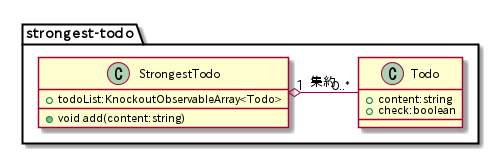
Above: doc/rough/classes.png in Remote-Pairpro/strongest-todo (PlantUML), before the change.
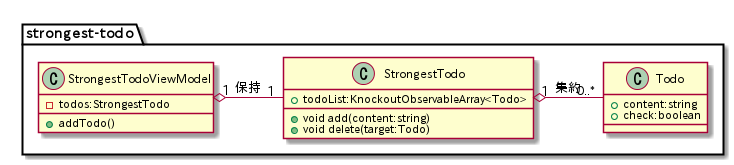
Above is the later version.

Commit message:
現状に合わせ、クラス図更新。

The edit, as a diff of the source:
```diff
@@ -2,9 +2,15 @@
 
 package "strongest-todo" {
 
+  class StrongestTodoViewModel {
+      - todos:StrongestTodo
+      + addTodo()
+  }
+
   class StrongestTodo {
       + todoList:KnockoutObservableArray<Todo>
       + void add(content:string)
+      + void delete(target:Todo)
   }
 
   class Todo {
@@ -13,6 +19,7 @@
   }
 
   StrongestTodo "1" o- "0..*" Todo : "??"
+  StrongestTodoViewModel "1" o- "1" StrongestTodo : "??"
 
 }
 
```
